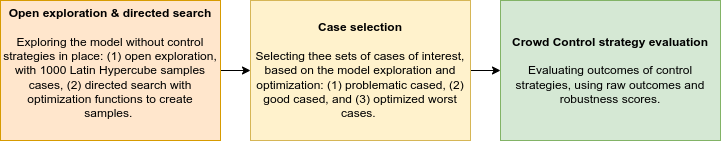
Earlier version of the draw.io export figures/experimentalFlow.png (floristevito/CrowdSim). Source tidied: cells renumbered, new cells last; positions are measured from the earlier drawing's top-left corner, leaving out a move shared by most shapes.
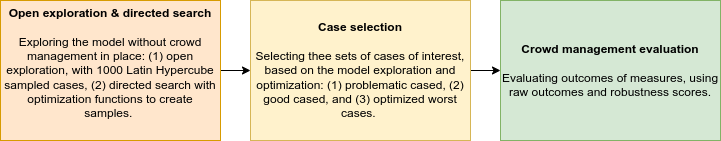
After the change.

Change to the diagram source:
```diff
@@ -5,7 +5,7 @@
     <mxCell id="2" style="edgeStyle=orthogonalEdgeStyle;rounded=0;jettySize=auto;html=1;exitX=1;exitY=0.5;exitDx=0;exitDy=0;entryX=0;entryY=0.5;entryDx=0;entryDy=0;" parent="1" edge="1" source="3" target="5">
       <mxGeometry relative="1" as="geometry" />
     </mxCell>
-    <mxCell id="3" value="&lt;b&gt;Open exploration &amp;amp; directed search&lt;/b&gt;&lt;br&gt;&lt;br&gt;Exploring the model without control strategies in place: (1) open exploration, with 1000 Latin Hypercube samples cases, (2) directed search with optimization functions to create samples.&amp;nbsp;&lt;b&gt;&lt;br&gt;&lt;/b&gt;&lt;span style=&quot;color: rgba(0, 0, 0, 0); font-family: monospace; font-size: 0px; text-align: start;&quot;&gt;%3CmxGraphModel%3E%3Croot%3E%3CmxCell%20id%3D%220%22%2F%3E%3CmxCell%20id%3D%221%22%20parent%3D%220%22%2F%3E%3CmxCell%20id%3D%222%22%20style%3D%22edgeStyle%3DorthogonalEdgeStyle%3Brounded%3D0%3BorthogonalLoop%3D1%3BjettySize%3Dauto%3Bhtml%3D1%3BexitX%3D1%3BexitY%3D0.5%3BexitDx%3D0%3BexitDy%3D0%3BentryX%3D0%3BentryY%3D0.5%3BentryDx%3D0%3BentryDy%3D0%3B%22%20edge%3D%221%22%20source%3D%223%22%20target%3D%225%22%20parent%3D%221%22%3E%3CmxGeometry%20relative%3D%221%22%20as%3D%22geometry%22%2F%3E%3C%2FmxCell%3E%3CmxCell%20id%3D%223%22%20value%3D%22%26lt%3Bb%26gt%3BOpen%20exploration%20%26amp%3Bamp%3B%20directed%20search%26lt%3B%2Fb%26gt%3B%22%20style%3D%22rounded%3D0%3BwhiteSpace%3Dwrap%3Bhtml%3D1%3BfillColor%3D%23ffe6cc%3BstrokeColor%3D%23d79b00%3B%22%20vertex%3D%221%22%20parent%3D%221%22%3E%3CmxGeometry%20x%3D%2240%22%20y%3D%22920%22%20width%3D%22200%22%20height%3D%2260%22%20as%3D%22geometry%22%2F%3E%3C%2FmxCell%3E%3CmxCell%20id%3D%224%22%20style%3D%22edgeStyle%3DorthogonalEdgeStyle%3Brounded%3D0%3BorthogonalLoop%3D1%3BjettySize%3Dauto%3Bhtml%3D1%3BexitX%3D1%3BexitY%3D0.5%3BexitDx%3D0%3BexitDy%3D0%3BentryX%3D0%3BentryY%3D0.5%3BentryDx%3D0%3BentryDy%3D0%3B%22%20edge%3D%221%22%20source%3D%225%22%20target%3D%226%22%20parent%3D%221%22%3E%3CmxGeometry%20relative%3D%221%22%20as%3D%22geometry%22%2F%3E%3C%2FmxCell%3E%3CmxCell%20id%3D%225%22%20value%3D%22%26lt%3Bb%26gt%3BCase%20selection%26lt%3B%2Fb%26gt%3B%22%20style%3D%22rounded%3D0%3BwhiteSpace%3Dwrap%3Bhtml%3D1%3BfillColor%3D%23fff2cc%3BstrokeColor%3D%23d6b656%3B%22%20vertex%3D%221%22%20parent%3D%221%22%3E%3CmxGeometry%20x%3D%22270%22%20y%3D%22920%22%20width%3D%22200%22%20height%3D%2260%22%20as%3D%22geometry%22%2F%3E%3C%2FmxCell%3E%3CmxCell%20id%3D%226%22%20value%3D%22%26lt%3Bb%26gt%3BControl%20strategy%20evaluation%26lt%3B%2Fb%26gt%3B%22%20style%3D%22rounded%3D0%3BwhiteSpace%3Dwrap%3Bhtml%3D1%3BfillColor%3D%23d5e8d4%3BstrokeColor%3D%2382b366%3B%22%20vertex%3D%221%22%20parent%3D%221%22%3E%3CmxGeometry%20x%3D%22500%22%20y%3D%22920%22%20width%3D%22200%22%20height%3D%2260%22%20as%3D%22geometry%22%2F%3E%3C%2FmxCell%3E%3CmxCell%20id%3D%227%22%20value%3D%22Exploring%20the%20model%20without%20control%20strategies%20in%20place%3A%20(1)%20open%20exploration%2C%20with%201000%20Latin%20Hypercube%20samples%20cases%2C%20(2)%20directed%20search%20with%20optimization%20functions%20to%20create%20samples.%26amp%3Bnbsp%3B%22%20style%3D%22rounded%3D0%3BwhiteSpace%3Dwrap%3Bhtml%3D1%3BfillColor%3D%23ffe6cc%3BstrokeColor%3D%23D79B00%3B%22%20vertex%3D%221%22%20parent%3D%221%22%3E%3CmxGeometry%20x%3D%2240%22%20y%3D%221000%22%20width%3D%22200%22%20height%3D%22110%22%20as%3D%22geometry%22%2F%3E%3C%2FmxCell%3E%3CmxCell%20id%3D%228%22%20value%3D%22Selecting%20thee%20sets%20of%20cases%20of%20interest%2C%20based%20on%20the%20model%20exploration%20and%20optimization%3A%20(1)%20problematic%20cased%2C%20(2)%20good%20cased%2C%20and%20(3)%20optimized%20worst%20cases.%26amp%3Bnbsp%3B%22%20style%3D%22rounded%3D0%3BwhiteSpace%3Dwrap%3Bhtml%3D1%3BfillColor%3D%23fff2cc%3BstrokeColor%3D%23d6b656%3B%22%20vertex%3D%221%22%20parent%3D%221%22%3E%3CmxGeometry%20x%3D%22270%22%20y%3D%221000%22%20width%3D%22200%22%20height%3D%22110%22%20as%3D%22geometry%22%2F%3E%3C%2FmxCell%3E%3CmxCell%20id%3D%229%22%20value%3D%22%26lt%3Bspan%20style%3D%26quot%3Btext-align%3A%20left%3B%26quot%3B%26gt%3BEvaluating%20outcomes%20of%20control%20strategies%2C%20using%20raw%20outcomes%20and%20robustness%20scores.%26lt%3B%2Fspan%26gt%3B%22%20style%3D%22rounded%3D0%3BwhiteSpace%3Dwrap%3Bhtml%3D1%3BfillColor%3D%23d5e8d4%3BstrokeColor%3D%2382b366%3B%22%20vertex%3D%221%22%20parent%3D%221%22%3E%3CmxGeometry%20x%3D%22500%22%20y%3D%221000%22%20width%3D%22200%22%20height%3D%22110%22%20as%3D%22geometry%22%2F%3E%3C%2FmxCell%3E%3C%2Froot%3E%3C%2FmxGraphModel%3E&lt;/span&gt;&lt;b&gt;&lt;br&gt;&lt;/b&gt;" style="rounded=0;whiteSpace=wrap;html=1;fillColor=#ffe6cc;strokeColor=#d79b00;" parent="1" vertex="1">
+    <mxCell id="3" value="&lt;b&gt;Open exploration &amp;amp; directed search&lt;/b&gt;&lt;br&gt;&lt;br&gt;Exploring the model without crowd management in place: (1) open exploration, with 1000 Latin Hypercube sampled cases, (2) directed search with optimization functions to create samples.&amp;nbsp;&lt;b&gt;&lt;br&gt;&lt;/b&gt;&lt;span style=&quot;color: rgba(0, 0, 0, 0); font-family: monospace; font-size: 0px; text-align: start;&quot;&gt;%3CmxGraphModel%3E%3Croot%3E%3CmxCell%20id%3D%220%22%2F%3E%3CmxCell%20id%3D%221%22%20parent%3D%220%22%2F%3E%3CmxCell%20id%3D%222%22%20style%3D%22edgeStyle%3DorthogonalEdgeStyle%3Brounded%3D0%3BorthogonalLoop%3D1%3BjettySize%3Dauto%3Bhtml%3D1%3BexitX%3D1%3BexitY%3D0.5%3BexitDx%3D0%3BexitDy%3D0%3BentryX%3D0%3BentryY%3D0.5%3BentryDx%3D0%3BentryDy%3D0%3B%22%20edge%3D%221%22%20source%3D%223%22%20target%3D%225%22%20parent%3D%221%22%3E%3CmxGeometry%20relative%3D%221%22%20as%3D%22geometry%22%2F%3E%3C%2FmxCell%3E%3CmxCell%20id%3D%223%22%20value%3D%22%26lt%3Bb%26gt%3BOpen%20exploration%20%26amp%3Bamp%3B%20directed%20search%26lt%3B%2Fb%26gt%3B%22%20style%3D%22rounded%3D0%3BwhiteSpace%3Dwrap%3Bhtml%3D1%3BfillColor%3D%23ffe6cc%3BstrokeColor%3D%23d79b00%3B%22%20vertex%3D%221%22%20parent%3D%221%22%3E%3CmxGeometry%20x%3D%2240%22%20y%3D%22920%22%20width%3D%22200%22%20height%3D%2260%22%20as%3D%22geometry%22%2F%3E%3C%2FmxCell%3E%3CmxCell%20id%3D%224%22%20style%3D%22edgeStyle%3DorthogonalEdgeStyle%3Brounded%3D0%3BorthogonalLoop%3D1%3BjettySize%3Dauto%3Bhtml%3D1%3BexitX%3D1%3BexitY%3D0.5%3BexitDx%3D0%3BexitDy%3D0%3BentryX%3D0%3BentryY%3D0.5%3BentryDx%3D0%3BentryDy%3D0%3B%22%20edge%3D%221%22%20source%3D%225%22%20target%3D%226%22%20parent%3D%221%22%3E%3CmxGeometry%20relative%3D%221%22%20as%3D%22geometry%22%2F%3E%3C%2FmxCell%3E%3CmxCell%20id%3D%225%22%20value%3D%22%26lt%3Bb%26gt%3BCase%20selection%26lt%3B%2Fb%26gt%3B%22%20style%3D%22rounded%3D0%3BwhiteSpace%3Dwrap%3Bhtml%3D1%3BfillColor%3D%23fff2cc%3BstrokeColor%3D%23d6b656%3B%22%20vertex%3D%221%22%20parent%3D%221%22%3E%3CmxGeometry%20x%3D%22270%22%20y%3D%22920%22%20width%3D%22200%22%20height%3D%2260%22%20as%3D%22geometry%22%2F%3E%3C%2FmxCell%3E%3CmxCell%20id%3D%226%22%20value%3D%22%26lt%3Bb%26gt%3BControl%20strategy%20evaluation%26lt%3B%2Fb%26gt%3B%22%20style%3D%22rounded%3D0%3BwhiteSpace%3Dwrap%3Bhtml%3D1%3BfillColor%3D%23d5e8d4%3BstrokeColor%3D%2382b366%3B%22%20vertex%3D%221%22%20parent%3D%221%22%3E%3CmxGeometry%20x%3D%22500%22%20y%3D%22920%22%20width%3D%22200%22%20height%3D%2260%22%20as%3D%22geometry%22%2F%3E%3C%2FmxCell%3E%3CmxCell%20id%3D%227%22%20value%3D%22Exploring%20the%20model%20without%20control%20strategies%20in%20place%3A%20(1)%20open%20exploration%2C%20with%201000%20Latin%20Hypercube%20samples%20cases%2C%20(2)%20directed%20search%20with%20optimization%20functions%20to%20create%20samples.%26amp%3Bnbsp%3B%22%20style%3D%22rounded%3D0%3BwhiteSpace%3Dwrap%3Bhtml%3D1%3BfillColor%3D%23ffe6cc%3BstrokeColor%3D%23D79B00%3B%22%20vertex%3D%221%22%20parent%3D%221%22%3E%3CmxGeometry%20x%3D%2240%22%20y%3D%221000%22%20width%3D%22200%22%20height%3D%22110%22%20as%3D%22geometry%22%2F%3E%3C%2FmxCell%3E%3CmxCell%20id%3D%228%22%20value%3D%22Selecting%20thee%20sets%20of%20cases%20of%20interest%2C%20based%20on%20the%20model%20exploration%20and%20optimization%3A%20(1)%20problematic%20cased%2C%20(2)%20good%20cased%2C%20and%20(3)%20optimized%20worst%20cases.%26amp%3Bnbsp%3B%22%20style%3D%22rounded%3D0%3BwhiteSpace%3Dwrap%3Bhtml%3D1%3BfillColor%3D%23fff2cc%3BstrokeColor%3D%23d6b656%3B%22%20vertex%3D%221%22%20parent%3D%221%22%3E%3CmxGeometry%20x%3D%22270%22%20y%3D%221000%22%20width%3D%22200%22%20height%3D%22110%22%20as%3D%22geometry%22%2F%3E%3C%2FmxCell%3E%3CmxCell%20id%3D%229%22%20value%3D%22%26lt%3Bspan%20style%3D%26quot%3Btext-align%3A%20left%3B%26quot%3B%26gt%3BEvaluating%20outcomes%20of%20control%20strategies%2C%20using%20raw%20outcomes%20and%20robustness%20scores.%26lt%3B%2Fspan%26gt%3B%22%20style%3D%22rounded%3D0%3BwhiteSpace%3Dwrap%3Bhtml%3D1%3BfillColor%3D%23d5e8d4%3BstrokeColor%3D%2382b366%3B%22%20vertex%3D%221%22%20parent%3D%221%22%3E%3CmxGeometry%20x%3D%22500%22%20y%3D%221000%22%20width%3D%22200%22%20height%3D%22110%22%20as%3D%22geometry%22%2F%3E%3C%2FmxCell%3E%3C%2Froot%3E%3C%2FmxGraphModel%3E&lt;/span&gt;&lt;b&gt;&lt;br&gt;&lt;/b&gt;" style="rounded=0;whiteSpace=wrap;html=1;fillColor=#ffe6cc;strokeColor=#d79b00;" parent="1" vertex="1">
       <mxGeometry width="220" height="140" as="geometry" />
     </mxCell>
     <mxCell id="4" style="edgeStyle=orthogonalEdgeStyle;rounded=0;jettySize=auto;html=1;exitX=1;exitY=0.5;exitDx=0;exitDy=0;entryX=0;entryY=0.5;entryDx=0;entryDy=0;" parent="1" edge="1" source="5" target="6">
@@ -14,7 +14,7 @@
     <mxCell id="5" value="&lt;b&gt;Case selection&lt;br&gt;&lt;br&gt;&lt;/b&gt;Selecting thee sets of cases of interest, based on the model exploration and optimization: (1) problematic cased, (2) good cased, and (3) optimized worst cases.&amp;nbsp;&lt;b&gt;&lt;br&gt;&lt;/b&gt;" style="rounded=0;whiteSpace=wrap;html=1;fillColor=#fff2cc;strokeColor=#d6b656;" parent="1" vertex="1">
       <mxGeometry x="250" width="220" height="140" as="geometry" />
     </mxCell>
-    <mxCell id="6" value="&lt;b&gt;Crowd Control strategy evaluation&lt;br&gt;&lt;br&gt;&lt;/b&gt;&lt;span style=&quot;text-align: left;&quot;&gt;Evaluating outcomes of control strategies, using raw outcomes and robustness scores.&lt;/span&gt;&lt;b&gt;&lt;br&gt;&lt;/b&gt;" style="rounded=0;whiteSpace=wrap;html=1;fillColor=#d5e8d4;strokeColor=#82b366;" parent="1" vertex="1">
+    <mxCell id="6" value="&lt;b&gt;Crowd management evaluation&lt;br&gt;&lt;br&gt;&lt;/b&gt;&lt;span style=&quot;text-align: left;&quot;&gt;Evaluating outcomes of measures, using raw outcomes and robustness scores.&lt;/span&gt;&lt;b&gt;&lt;br&gt;&lt;/b&gt;" style="rounded=0;whiteSpace=wrap;html=1;fillColor=#d5e8d4;strokeColor=#82b366;" parent="1" vertex="1">
       <mxGeometry x="500" width="220" height="140" as="geometry" />
     </mxCell>
   </root>
```
